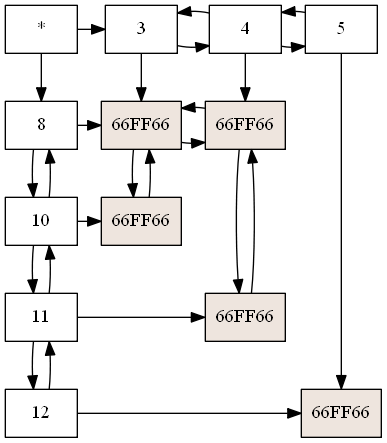
Before: Proyecto1/Matriz.png, a diagram exported from Graphviz (Eduardo01004/EDD_2S2019_PY1_201612124). Its source is kept beside it as Proyecto1/Matriz.dot.
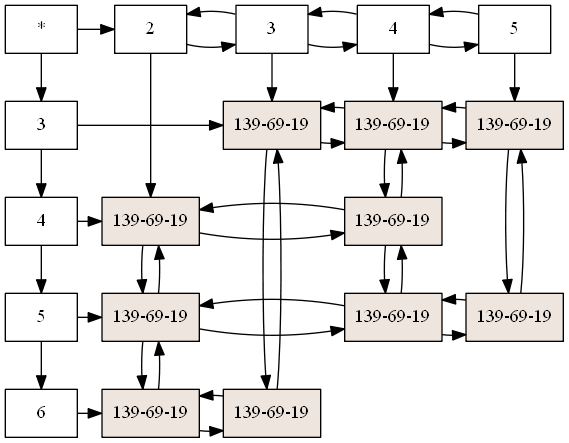
Later version of the same file.

The edit, as a diff of the source:
```diff
@@ -1,46 +1,70 @@
 digraph G{
 node [shape = box]
 raiz[label="*"  group=1];
-177488 [label="8" group = 1];
-177104 [label="10" group = 1];
-176912 [label="11" group = 1];
-177200 [label="12" group = 1];
-177488->177104;
-177104->177488;
-177104->176912;
-176912->177104;
-176912->177200;
-177200->176912;
-176976 [label="3" group = 5];
-177552 [label="4" group = 6];
-176848 [label="5" group = 7];
-176976->177552;
-177552->176976;
-177552->176848;
-176848->177552;
-raiz -> 177488;
-raiz -> 176976;
-{ rank  = same; raiz 176976; 177552; 176848; }
-178456 [style=filled,fillcolor=seashell2,label= "66FF66" group = 5 ];
-178848 [style=filled,fillcolor=seashell2,label= "66FF66" group = 5 ];
-178400 [style=filled,fillcolor=seashell2,label= "66FF66" group = 6 ];
-178624 [style=filled,fillcolor=seashell2,label= "66FF66" group = 6 ];
-178904 [style=filled,fillcolor=seashell2,label= "66FF66" group = 7 ];
-177488->178456;
-178456->178400;
-178400->178456;
-{ rank = same; 177488; 178456; 178400; }
-177104->178848;
-{ rank = same; 177104; 178848; }
-176912->178624;
-{ rank = same; 176912; 178624; }
-177200->178904;
-{ rank = same; 177200; 178904; }
-176976->178456;
-178456->178848;
-178848->178456;
-177552->178400;
-178400->178624;
-178624->178400;
-176848->178904;
+11646632 [label="3" group = 1];
+11646664 [label="4" group = 1];
+11646920 [label="5" group = 1];
+11646728 [label="6" group = 1];
+11646632->11646664;
+11646664->11646920;
+11646920->11646728;
+11646600 [label="2" group = 4];
+11646952 [label="3" group = 5];
+11647336 [label="4" group = 6];
+11646856 [label="5" group = 7];
+11646600->11646952;
+11646952->11646600;
+11646952->11647336;
+11647336->11646952;
+11647336->11646856;
+11646856->11647336;
+raiz -> 11646632;
+raiz -> 11646600;
+{ rank  = same; raiz 11646600; 11646952; 11647336; 11646856; }
+11647776 [style=filled,fillcolor=seashell2,label= "139-69-19" group = 4 ];
+11647944 [style=filled,fillcolor=seashell2,label= "139-69-19" group = 4 ];
+11648504 [style=filled,fillcolor=seashell2,label= "139-69-19" group = 4 ];
+11647664 [style=filled,fillcolor=seashell2,label= "139-69-19" group = 5 ];
+11648672 [style=filled,fillcolor=seashell2,label= "139-69-19" group = 5 ];
+11648840 [style=filled,fillcolor=seashell2,label= "139-69-19" group = 6 ];
+11647888 [style=filled,fillcolor=seashell2,label= "139-69-19" group = 6 ];
+11648168 [style=filled,fillcolor=seashell2,label= "139-69-19" group = 6 ];
+11647720 [style=filled,fillcolor=seashell2,label= "139-69-19" group = 7 ];
+11648336 [style=filled,fillcolor=seashell2,label= "139-69-19" group = 7 ];
+11646632->11647664;
+11647664->11648840;
+11648840->11647664;
+11648840->11647720;
+11647720->11648840;
+{ rank = same; 11646632; 11647664; 11648840; 11647720; }
+11646664->11647776;
+11647776->11647888;
+11647888->11647776;
+{ rank = same; 11646664; 11647776; 11647888; }
+11646920->11647944;
+11647944->11648168;
+11648168->11647944;
+11648168->11648336;
+11648336->11648168;
+{ rank = same; 11646920; 11647944; 11648168; 11648336; }
+11646728->11648504;
+11648504->11648672;
+11648672->11648504;
+{ rank = same; 11646728; 11648504; 11648672; }
+11646600->11647776;
+11647776->11647944;
+11647944->11647776;
+11647944->11648504;
+11648504->11647944;
+11646952->11647664;
+11647664->11648672;
+11648672->11647664;
+11647336->11648840;
+11648840->11647888;
+11647888->11648840;
+11647888->11648168;
+11648168->11647888;
+11646856->11647720;
+11647720->11648336;
+11648336->11647720;
 }
```
